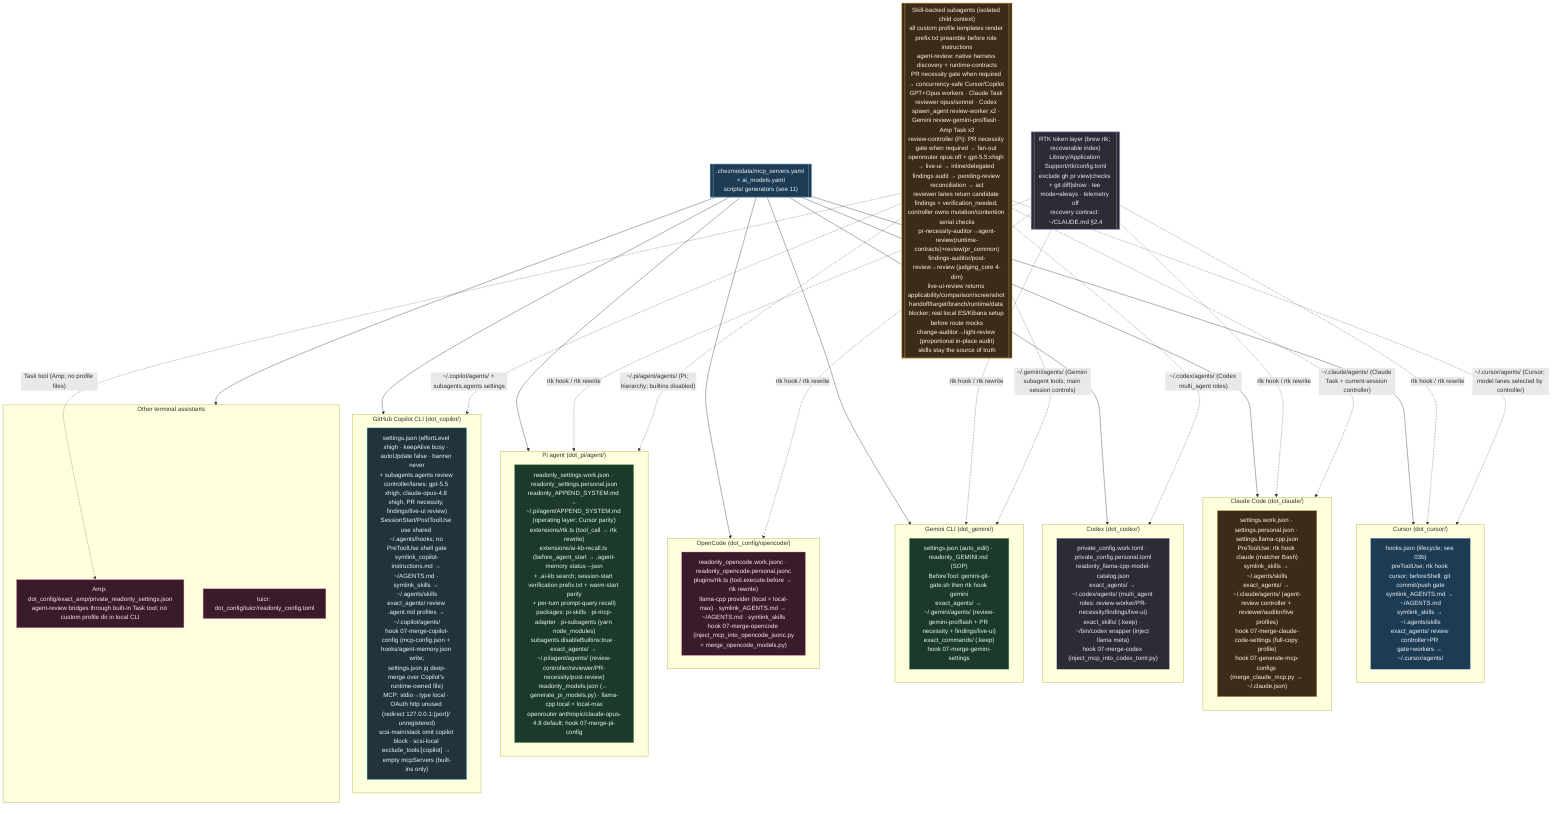
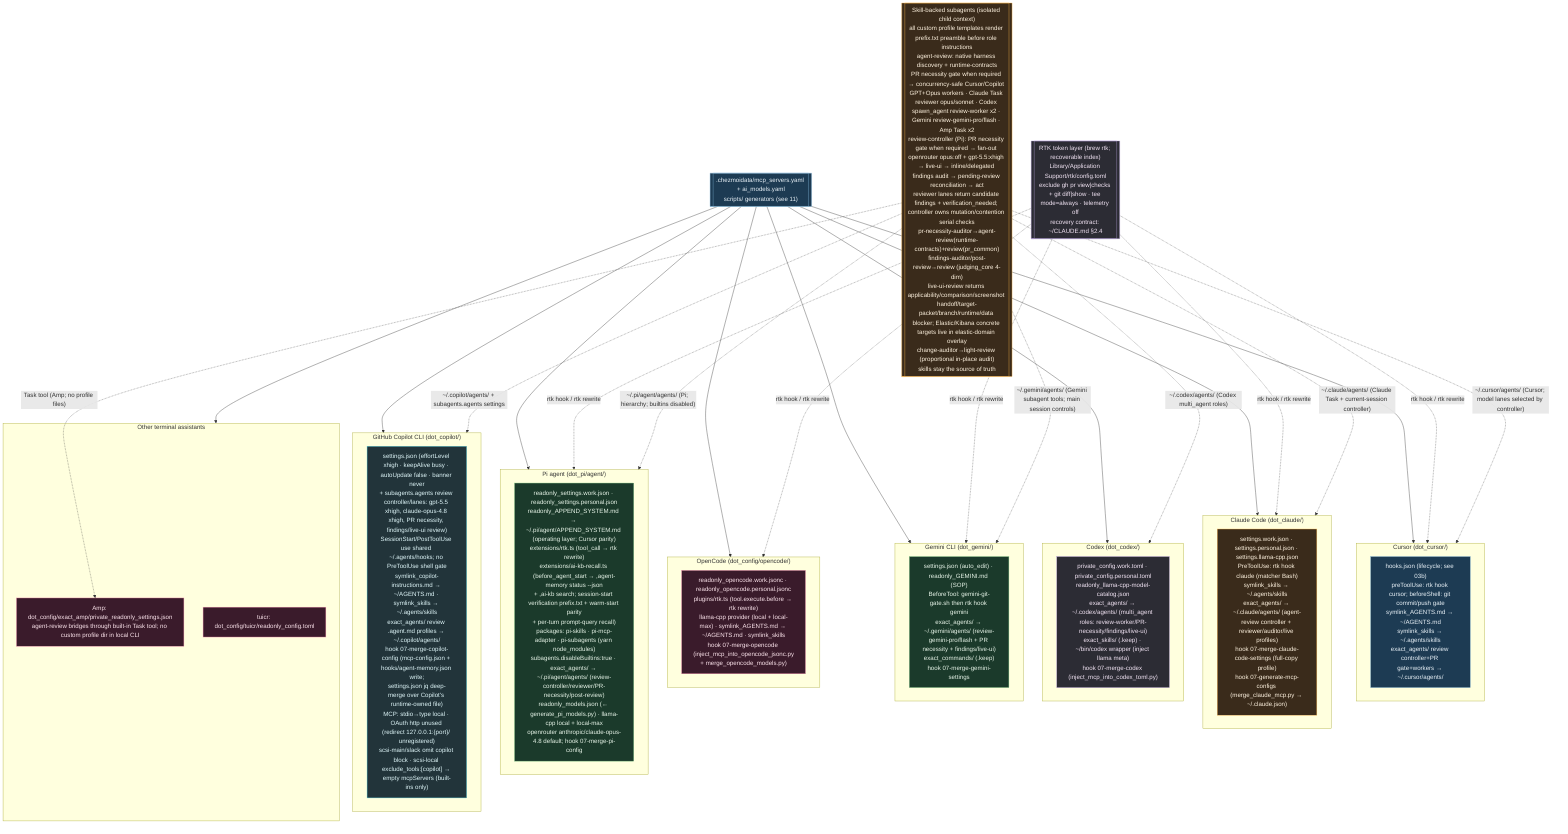
%% ============================================================================
%% 12-ai-tool-configs.mmd — Every per-tool AI config file in home/.
%% Pattern: source carries .work + .personal variants; a 07-merge-* hook picks
%% by isWork and merges generated MCP/model blocks into the live config.
%% ============================================================================
flowchart TB
    classDef cursor fill:#1d3b53,stroke:#7fb3d5,color:#eaf2f8;
    classDef claude fill:#3a2b1b,stroke:#ffb74d,color:#fff3e0;
    classDef codex fill:#2c2c34,stroke:#b39ddb,color:#f3e5f5;
    classDef gem fill:#1b3a2b,stroke:#81c784,color:#e8f5e9;
    classDef oc fill:#3a1b2b,stroke:#f48fb1,color:#fce4ec;
    classDef cop fill:#22343a,stroke:#4dd0e1,color:#e0f7fa;

    subgraph CURSOR["Cursor (dot_cursor/)"]
        CU["hooks.json (lifecycle; see 03b)<br/>preToolUse: rtk hook cursor; beforeShell: git commit/push gate<br/>symlink_AGENTS.md → ~/AGENTS.md<br/>symlink_skills → ~/.agents/skills<br/>exact_agents/ review controller+PR gate+workers → ~/.cursor/agents/"]:::cursor
    end

    subgraph CLAUDE["Claude Code (dot_claude/)"]
        CLD["settings.work.json · settings.personal.json · settings.llama-cpp.json<br/>PreToolUse: rtk hook claude (matcher Bash)<br/>symlink_skills → ~/.agents/skills<br/>exact_agents/ → ~/.claude/agents/ (agent-review controller + reviewer/auditor/live profiles)<br/>hook 07-merge-claude-code-settings (full-copy profile)<br/>hook 07-generate-mcp-configs (merge_claude_mcp.py → ~/.claude.json)"]:::claude
    end

    subgraph CODEX["Codex (dot_codex/)"]
        CDX["private_config.work.toml · private_config.personal.toml<br/>readonly_llama-cpp-model-catalog.json<br/>exact_agents/ → ~/.codex/agents/ (multi_agent roles: review-worker/PR-necessity/findings/live-ui)<br/>exact_skills/ (.keep) · ~/bin/codex wrapper (inject llama meta)<br/>hook 07-merge-codex (inject_mcp_into_codex_toml.py)"]:::codex
    end

    subgraph GEMINI["Gemini CLI (dot_gemini/)"]
        GMN["settings.json (auto_edit) · readonly_GEMINI.md (SOP)<br/>BeforeTool: gemini-git-gate.sh then rtk hook gemini<br/>exact_agents/ → ~/.gemini/agents/ (review-gemini-pro/flash + PR necessity + findings/live-ui)<br/>exact_commands/ (.keep)<br/>hook 07-merge-gemini-settings"]:::gem
    end

    subgraph OPENCODE["OpenCode (dot_config/opencode/)"]
        OPC["readonly_opencode.work.jsonc · readonly_opencode.personal.jsonc<br/>plugins/rtk.ts (tool.execute.before → rtk rewrite)<br/>llama-cpp provider (local + local-max) · symlink_AGENTS.md → ~/AGENTS.md · symlink_skills<br/>hook 07-merge-opencode (inject_mcp_into_opencode_jsonc.py<br/>+ merge_opencode_models.py)"]:::oc
    end

    subgraph PI["Pi agent (dot_pi/agent/)"]
        PIA["readonly_settings.work.json · readonly_settings.personal.json<br/>readonly_APPEND_SYSTEM.md → ~/.pi/agent/APPEND_SYSTEM.md (operating layer; Cursor parity)<br/>extensions/rtk.ts (tool_call → rtk rewrite)<br/>extensions/ai-kb-recall.ts (before_agent_start → ,agent-memory status --json<br/>+ ,ai-kb search; session-start verification prefix.txt + warm-start parity<br/>+ per-turn prompt-query recall)<br/>packages: pi-skills · pi-mcp-adapter · pi-subagents (yarn node_modules)<br/>subagents.disableBuiltins:true · exact_agents/ → ~/.pi/agent/agents/ (review-controller/reviewer/PR-necessity/post-review)<br/>readonly_models.json (← generate_pi_models.py) · llama-cpp local + local-max<br/>openrouter anthropic/claude-opus-4.8 default; hook 07-merge-pi-config"]:::gem
    end

    subgraph COPILOT["GitHub Copilot CLI (dot_copilot/)"]
        COP["settings.json (effortLevel xhigh · keepAlive busy · autoUpdate false · banner never<br/>+ subagents.agents review controller/lanes: gpt-5.5 xhigh, claude-opus-4.8 xhigh, PR necessity, findings/live-ui review)<br/>SessionStart/PostToolUse use shared ~/.agents/hooks; no PreToolUse shell gate<br/>symlink_copilot-instructions.md → ~/AGENTS.md · symlink_skills → ~/.agents/skills<br/>exact_agents/ review .agent.md profiles → ~/.copilot/agents/<br/>hook 07-merge-copilot-config (mcp-config.json + hooks/agent-memory.json write;<br/>settings.json jq deep-merge over Copilot's runtime-owned file)<br/>MCP: stdio→type local · OAuth http unused (redirect 127.0.0.1:{port}/ unregistered)<br/>scsi-main/slack omit copilot block · scsi-local exclude_tools:[copilot] → empty mcpServers (built-ins only)"]:::cop
    end

    subgraph OTHER["Other terminal assistants"]
        AMP["Amp: dot_config/exact_amp/private_readonly_settings.json<br/>agent-review bridges through built-in Task tool; no custom profile dir in local CLI"]:::oc
        TUI["tuicr: dot_config/tuicr/readonly_config.toml"]:::oc
    end

    REG[[".chezmoidata/mcp_servers.yaml + ai_models.yaml<br/>scripts/ generators (see 11)"]]:::cursor
    REG --> CURSOR & CLAUDE & CODEX & GEMINI & OPENCODE & PI & COPILOT & OTHER

    RTK[["RTK token layer (brew rtk; recoverable index)<br/>Library/Application Support/rtk/config.toml<br/>exclude gh pr view|checks + git diff|show · tee mode=always · telemetry off<br/>recovery contract: ~/CLAUDE.md §2.4"]]:::codex
    RTK -.->|"rtk hook / rtk rewrite"| CURSOR & CLAUDE & GEMINI & OPENCODE & PI

-     SUBA[["Skill-backed subagents (isolated child context)<br/>all custom profile templates render prefix.txt preamble before role instructions<br/>agent-review: native harness discovery + runtime-contracts<br/>PR necessity gate when required → concurrency-safe Cursor/Copilot GPT+Opus workers · Claude Task reviewer opus/sonnet · Codex spawn_agent review-worker x2 · Gemini review-gemini-pro/flash · Amp Task x2<br/>review-controller (Pi): PR necessity gate when required → fan-out openrouter opus:off + gpt-5.5:xhigh → live-ui → inline/delegated findings audit → pending-review reconciliation → act<br/>reviewer lanes return candidate findings + verification_needed; controller owns mutation/contention serial checks<br/>pr-necessity-auditor→agent-review(runtime-contracts)+review(pr_common)<br/>findings-auditor/post-review→review (judging_core 4-dim)<br/>live-ui-review returns applicability/comparison/screenshot handoff/target/branch/runtime/data blocker; real local ES/Kibana setup before route mocks<br/>change-auditor→light-review (proportional in-place audit)<br/>skills stay the source of truth"]]:::claude
+     SUBA[["Skill-backed subagents (isolated child context)<br/>all custom profile templates render prefix.txt preamble before role instructions<br/>agent-review: native harness discovery + runtime-contracts<br/>PR necessity gate when required → concurrency-safe Cursor/Copilot GPT+Opus workers · Claude Task reviewer opus/sonnet · Codex spawn_agent review-worker x2 · Gemini review-gemini-pro/flash · Amp Task x2<br/>review-controller (Pi): PR necessity gate when required → fan-out openrouter opus:off + gpt-5.5:xhigh → live-ui → inline/delegated findings audit → pending-review reconciliation → act<br/>reviewer lanes return candidate findings + verification_needed; controller owns mutation/contention serial checks<br/>pr-necessity-auditor→agent-review(runtime-contracts)+review(pr_common)<br/>findings-auditor/post-review→review (judging_core 4-dim)<br/>live-ui-review returns applicability/comparison/screenshot handoff/target-packet/branch/runtime/data blocker; Elastic/Kibana concrete targets live in elastic-domain overlay<br/>change-auditor→light-review (proportional in-place audit)<br/>skills stay the source of truth"]]:::claude
    SUBA -.->|"~/.cursor/agents/ (Cursor; model lanes selected by controller)"| CURSOR
    SUBA -.->|"~/.copilot/agents/ + subagents.agents settings"| COPILOT
    SUBA -.->|"~/.claude/agents/ (Claude Task + current-session controller)"| CLAUDE
    SUBA -.->|"~/.codex/agents/ (Codex multi_agent roles)"| CODEX
    SUBA -.->|"~/.gemini/agents/ (Gemini subagent tools; main session controls)"| GEMINI
    SUBA -.->|"Task tool (Amp; no profile files)"| AMP
    SUBA -.->|"~/.pi/agent/agents/ (Pi; hierarchy; builtins disabled)"| PI
